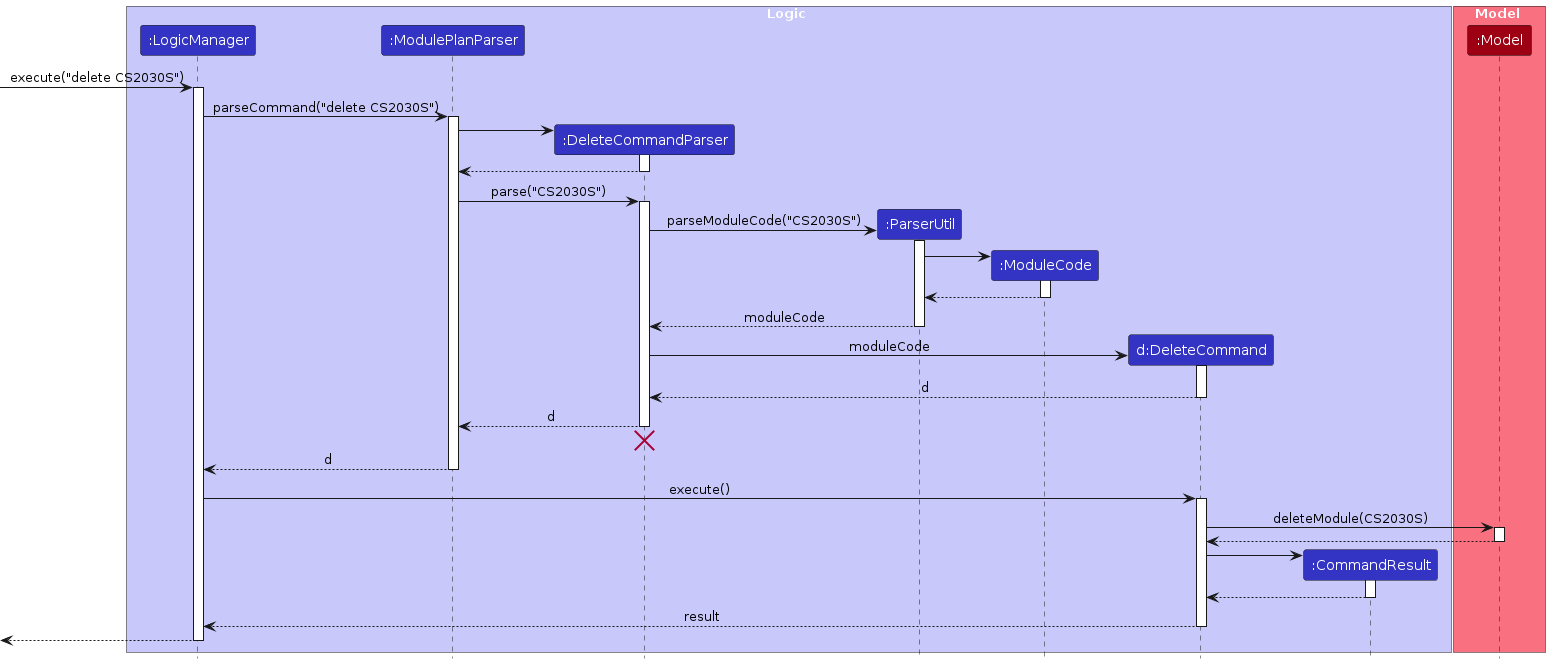
This is diagrams/DeleteSequenceDiagram.png from ji-just-ji/tp, a PlantUML export, as it was before one commit. Its source is kept beside it as diagrams/DeleteSequenceDiagram.puml.
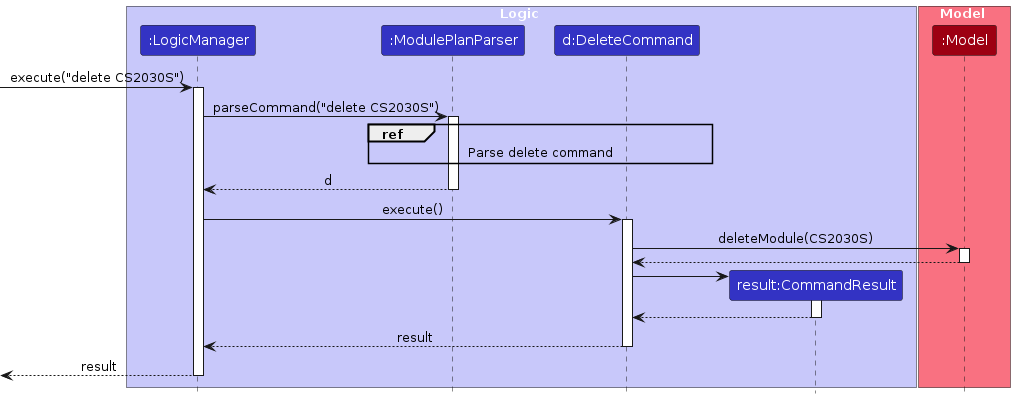
Later version of the same file.

Diff of the diagram source:
```diff
@@ -5,11 +5,8 @@
 box Logic LOGIC_COLOR_T1
 participant ":LogicManager" as LogicManager LOGIC_COLOR
 participant ":ModulePlanParser" as ModulePlanParser LOGIC_COLOR
-participant ":DeleteCommandParser" as DeleteCommandParser LOGIC_COLOR
-participant ":ParserUtil" as ParserUtil LOGIC_COLOR
-participant ":ModuleCode" as ModuleCode LOGIC_COLOR
 participant "d:DeleteCommand" as DeleteCommand LOGIC_COLOR
-participant ":CommandResult" as CommandResult LOGIC_COLOR
+participant "result:CommandResult" as CommandResult LOGIC_COLOR
 end box
 
 box Model MODEL_COLOR_T1
@@ -22,41 +19,7 @@
 LogicManager -> ModulePlanParser : parseCommand("delete CS2030S")
 activate ModulePlanParser
 
-create DeleteCommandParser
-ModulePlanParser -> DeleteCommandParser
-activate DeleteCommandParser
-
-DeleteCommandParser --> ModulePlanParser
-deactivate DeleteCommandParser
-
-ModulePlanParser -> DeleteCommandParser : parse("CS2030S")
-activate DeleteCommandParser
-
-
-create ParserUtil
-DeleteCommandParser -> ParserUtil : parseModuleCode("CS2030S")
-activate ParserUtil
-
-create ModuleCode
-ParserUtil -> ModuleCode
-activate ModuleCode
-ModuleCode --> ParserUtil
-deactivate ModuleCode
-
-ParserUtil --> DeleteCommandParser : moduleCode
-deactivate ParserUtil
-
-create DeleteCommand
-DeleteCommandParser -> DeleteCommand : moduleCode
-activate DeleteCommand
-
-DeleteCommand --> DeleteCommandParser : d
-deactivate DeleteCommand
-
-DeleteCommandParser --> ModulePlanParser : d
-deactivate DeleteCommandParser
-DeleteCommandParser -[hidden]-> ModulePlanParser
-destroy DeleteCommandParser
+ref over ModulePlanParser, DeleteCommand : Parse delete command
 
 ModulePlanParser --> LogicManager : d
 deactivate ModulePlanParser
@@ -80,6 +43,7 @@
 DeleteCommand --> LogicManager : result
 deactivate DeleteCommand
 
-[<--LogicManager
+[<--LogicManager : result
 deactivate LogicManager
+
 @enduml
```
